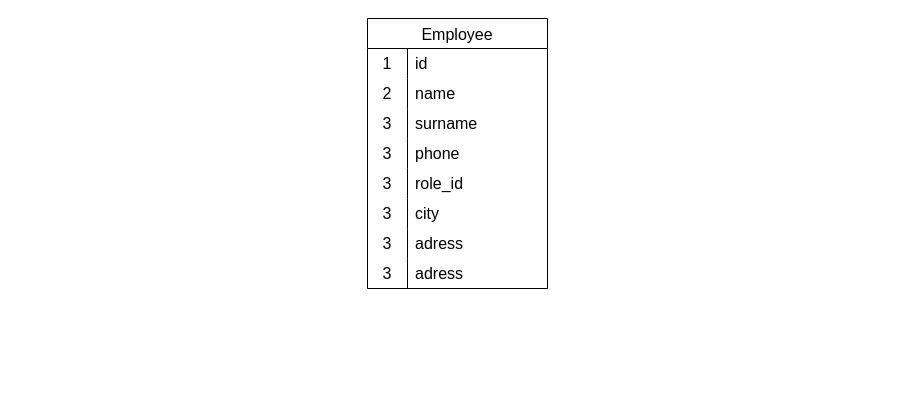
This is backend/db.drawio from Topando/HackMTS, a draw.io file, before an edit. Source tidied: cells renumbered, new cells numbered last; positions are measured from the earlier drawing's top-left corner, leaving out a move shared by most shapes. Both pictures are drawn from the tidied source at 100%, with x=0, y=0 at pixel (367, 18).
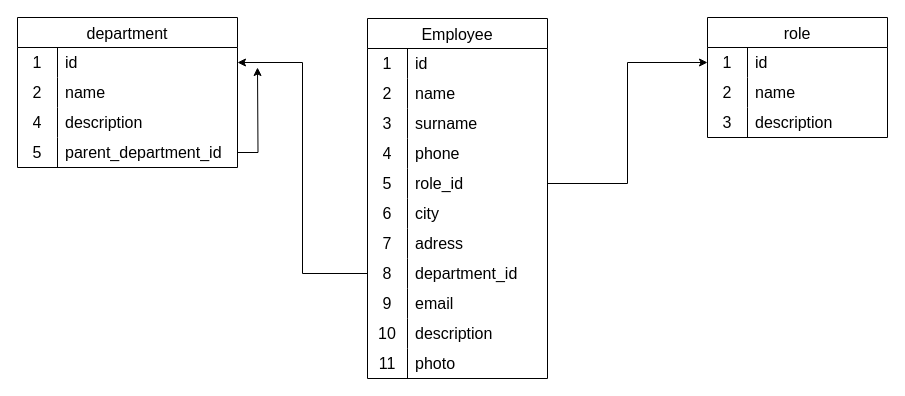
After the change.

The change refers to these unchanged cells:
```xml
<mxCell id="12" style="shape=tableRow;horizontal=0;startSize=0;swimlaneHead=0;swimlaneBody=0;top=0;left=0;bottom=0;right=0;fillColor=none;strokeColor=inherit;fontSize=16;" parent="2" vertex="1">
  <mxGeometry y="120" width="180" height="30" as="geometry" />
</mxCell>
<mxCell id="15" style="shape=tableRow;horizontal=0;startSize=0;swimlaneHead=0;swimlaneBody=0;top=0;left=0;bottom=0;right=0;fillColor=none;points=[[0,0.5],[1,0.5]];portConstraint=eastwest;strokeColor=inherit;fontSize=16;" parent="2" vertex="1">
  <mxGeometry y="150" width="180" height="30" as="geometry" />
</mxCell>
<mxCell id="18" style="shape=tableRow;horizontal=0;startSize=0;swimlaneHead=0;swimlaneBody=0;top=0;left=0;bottom=0;right=0;fillColor=none;strokeColor=inherit;fontSize=16;" parent="2" vertex="1">
  <mxGeometry y="180" width="180" height="30" as="geometry" />
</mxCell>
<mxCell id="21" style="shape=tableRow;horizontal=0;startSize=0;swimlaneHead=0;swimlaneBody=0;top=0;left=0;bottom=0;right=0;fillColor=none;strokeColor=inherit;fontSize=16;" parent="2" vertex="1">
  <mxGeometry y="210" width="180" height="30" as="geometry" />
</mxCell>
<mxCell id="24" style="shape=tableRow;horizontal=0;startSize=0;swimlaneHead=0;swimlaneBody=0;top=0;left=0;bottom=0;right=0;fillColor=none;points=[[0,0.5],[1,0.5]];portConstraint=eastwest;strokeColor=inherit;fontSize=16;" parent="2" vertex="1">
  <mxGeometry y="240" width="180" height="30" as="geometry" />
</mxCell>
```

Diff of the diagram source:
```diff
@@
     <mxCell id="2" value="Employee" style="shape=table;startSize=30;childLayout=tableLayout;rowLines=0;fontStyle=0;strokeColor=default;fontSize=16;" parent="1" vertex="1">
-      <mxGeometry width="180" height="270" as="geometry" />
+      <mxGeometry width="180" height="360" as="geometry" />
     </mxCell>
@@
-    <mxCell id="13" value="3" style="shape=partialRectangle;html=1;whiteSpace=wrap;fillColor=none;top=0;left=0;bottom=0;right=0;overflow=hidden;strokeColor=inherit;fontSize=16;" parent="12" vertex="1">
+    <mxCell id="13" value="4" style="shape=partialRectangle;html=1;whiteSpace=wrap;fillColor=none;top=0;left=0;bottom=0;right=0;overflow=hidden;strokeColor=inherit;fontSize=16;" parent="12" vertex="1">
       <mxGeometry width="40" height="30" as="geometry" />
     </mxCell>
@@
-    <mxCell id="16" value="3" style="shape=partialRectangle;html=1;whiteSpace=wrap;fillColor=none;top=0;left=0;bottom=0;right=0;overflow=hidden;strokeColor=inherit;fontSize=16;" parent="15" vertex="1">
+    <mxCell id="16" value="5" style="shape=partialRectangle;html=1;whiteSpace=wrap;fillColor=none;top=0;left=0;bottom=0;right=0;overflow=hidden;strokeColor=inherit;fontSize=16;" parent="15" vertex="1">
       <mxGeometry width="40" height="30" as="geometry" />
     </mxCell>
@@
-    <mxCell id="19" value="3" style="shape=partialRectangle;html=1;whiteSpace=wrap;fillColor=none;top=0;left=0;bottom=0;right=0;overflow=hidden;strokeColor=inherit;fontSize=16;" parent="18" vertex="1">
+    <mxCell id="19" value="6" style="shape=partialRectangle;html=1;whiteSpace=wrap;fillColor=none;top=0;left=0;bottom=0;right=0;overflow=hidden;strokeColor=inherit;fontSize=16;" parent="18" vertex="1">
       <mxGeometry width="40" height="30" as="geometry" />
     </mxCell>
@@
-    <mxCell id="22" value="3" style="shape=partialRectangle;html=1;whiteSpace=wrap;fillColor=none;top=0;left=0;bottom=0;right=0;overflow=hidden;strokeColor=inherit;fontSize=16;" parent="21" vertex="1">
+    <mxCell id="22" value="7" style="shape=partialRectangle;html=1;whiteSpace=wrap;fillColor=none;top=0;left=0;bottom=0;right=0;overflow=hidden;strokeColor=inherit;fontSize=16;" parent="21" vertex="1">
       <mxGeometry width="40" height="30" as="geometry" />
     </mxCell>
@@
-    <mxCell id="25" value="3" style="shape=partialRectangle;html=1;whiteSpace=wrap;fillColor=none;top=0;left=0;bottom=0;right=0;overflow=hidden;strokeColor=inherit;fontSize=16;" parent="24" vertex="1">
+    <mxCell id="25" value="8" style="shape=partialRectangle;html=1;whiteSpace=wrap;fillColor=none;top=0;left=0;bottom=0;right=0;overflow=hidden;strokeColor=inherit;fontSize=16;" parent="24" vertex="1">
       <mxGeometry width="40" height="30" as="geometry" />
     </mxCell>
-    <mxCell id="26" value="adress" style="shape=partialRectangle;html=1;whiteSpace=wrap;fillColor=none;top=0;left=0;bottom=0;right=0;align=left;spacingLeft=6;overflow=hidden;strokeColor=inherit;fontSize=16;" parent="24" vertex="1">
+    <mxCell id="26" value="department_id" style="shape=partialRectangle;html=1;whiteSpace=wrap;fillColor=none;top=0;left=0;bottom=0;right=0;align=left;spacingLeft=6;overflow=hidden;strokeColor=inherit;fontSize=16;" parent="24" vertex="1">
       <mxGeometry x="40" width="140" height="30" as="geometry" />
     </mxCell>
+    <mxCell id="27" style="shape=tableRow;horizontal=0;startSize=0;swimlaneHead=0;swimlaneBody=0;top=0;left=0;bottom=0;right=0;fillColor=none;strokeColor=inherit;fontSize=16;" parent="2" vertex="1">
+      <mxGeometry y="270" width="180" height="30" as="geometry" />
+    </mxCell>
+    <mxCell id="28" value="9" style="shape=partialRectangle;html=1;whiteSpace=wrap;fillColor=none;top=0;left=0;bottom=0;right=0;overflow=hidden;strokeColor=inherit;fontSize=16;" parent="27" vertex="1">
+      <mxGeometry width="40" height="30" as="geometry" />
+    </mxCell>
+    <mxCell id="29" value="email" style="shape=partialRectangle;html=1;whiteSpace=wrap;fillColor=none;top=0;left=0;bottom=0;right=0;align=left;spacingLeft=6;overflow=hidden;strokeColor=inherit;fontSize=16;" parent="27" vertex="1">
+      <mxGeometry x="40" width="140" height="30" as="geometry" />
+    </mxCell>
+    <mxCell id="30" style="shape=tableRow;horizontal=0;startSize=0;swimlaneHead=0;swimlaneBody=0;top=0;left=0;bottom=0;right=0;fillColor=none;strokeColor=inherit;fontSize=16;" parent="2" vertex="1">
+      <mxGeometry y="300" width="180" height="30" as="geometry" />
+    </mxCell>
+    <mxCell id="31" value="10" style="shape=partialRectangle;html=1;whiteSpace=wrap;fillColor=none;top=0;left=0;bottom=0;right=0;overflow=hidden;strokeColor=inherit;fontSize=16;" parent="30" vertex="1">
+      <mxGeometry width="40" height="30" as="geometry" />
+    </mxCell>
+    <mxCell id="32" value="description" style="shape=partialRectangle;html=1;whiteSpace=wrap;fillColor=none;top=0;left=0;bottom=0;right=0;align=left;spacingLeft=6;overflow=hidden;strokeColor=inherit;fontSize=16;" parent="30" vertex="1">
+      <mxGeometry x="40" width="140" height="30" as="geometry" />
+    </mxCell>
+    <mxCell id="33" style="shape=tableRow;horizontal=0;startSize=0;swimlaneHead=0;swimlaneBody=0;top=0;left=0;bottom=0;right=0;fillColor=none;strokeColor=inherit;fontSize=16;" parent="2" vertex="1">
+      <mxGeometry y="330" width="180" height="30" as="geometry" />
+    </mxCell>
+    <mxCell id="34" value="11" style="shape=partialRectangle;html=1;whiteSpace=wrap;fillColor=none;top=0;left=0;bottom=0;right=0;overflow=hidden;strokeColor=inherit;fontSize=16;" parent="33" vertex="1">
+      <mxGeometry width="40" height="30" as="geometry" />
+    </mxCell>
+    <mxCell id="35" value="photo" style="shape=partialRectangle;html=1;whiteSpace=wrap;fillColor=none;top=0;left=0;bottom=0;right=0;align=left;spacingLeft=6;overflow=hidden;strokeColor=inherit;fontSize=16;" parent="33" vertex="1">
+      <mxGeometry x="40" width="140" height="30" as="geometry" />
+    </mxCell>
+    <mxCell id="36" value="department" style="shape=table;startSize=30;childLayout=tableLayout;rowLines=0;fontStyle=0;strokeColor=default;fontSize=16;" parent="1" vertex="1">
+      <mxGeometry x="-350" y="-1" width="220" height="150" as="geometry" />
+    </mxCell>
+    <mxCell id="37" style="shape=tableRow;horizontal=0;startSize=0;swimlaneHead=0;swimlaneBody=0;top=0;left=0;bottom=0;right=0;fillColor=none;points=[[0,0.5],[1,0.5]];portConstraint=eastwest;strokeColor=inherit;fontSize=16;" parent="36" vertex="1">
+      <mxGeometry y="30" width="220" height="30" as="geometry" />
+    </mxCell>
+    <mxCell id="38" value="1" style="shape=partialRectangle;html=1;whiteSpace=wrap;fillColor=none;top=0;left=0;bottom=0;right=0;overflow=hidden;strokeColor=inherit;fontSize=16;" parent="37" vertex="1">
+      <mxGeometry width="40" height="30" as="geometry" />
+    </mxCell>
+    <mxCell id="39" value="id" style="shape=partialRectangle;html=1;whiteSpace=wrap;fillColor=none;top=0;left=0;bottom=0;right=0;align=left;spacingLeft=6;overflow=hidden;strokeColor=inherit;fontSize=16;" parent="37" vertex="1">
+      <mxGeometry x="40" width="180" height="30" as="geometry" />
+    </mxCell>
+    <mxCell id="40" style="shape=tableRow;horizontal=0;startSize=0;swimlaneHead=0;swimlaneBody=0;top=0;left=0;bottom=0;right=0;fillColor=none;strokeColor=inherit;fontSize=16;" parent="36" vertex="1">
+      <mxGeometry y="60" width="220" height="30" as="geometry" />
+    </mxCell>
+    <mxCell id="41" value="2" style="shape=partialRectangle;html=1;whiteSpace=wrap;fillColor=none;top=0;left=0;bottom=0;right=0;overflow=hidden;strokeColor=inherit;fontSize=16;" parent="40" vertex="1">
+      <mxGeometry width="40" height="30" as="geometry" />
+    </mxCell>
+    <mxCell id="42" value="name" style="shape=partialRectangle;html=1;whiteSpace=wrap;fillColor=none;top=0;left=0;bottom=0;right=0;align=left;spacingLeft=6;overflow=hidden;strokeColor=inherit;fontSize=16;" parent="40" vertex="1">
+      <mxGeometry x="40" width="180" height="30" as="geometry" />
+    </mxCell>
+    <mxCell id="43" style="shape=tableRow;horizontal=0;startSize=0;swimlaneHead=0;swimlaneBody=0;top=0;left=0;bottom=0;right=0;fillColor=none;strokeColor=inherit;fontSize=16;" parent="36" vertex="1">
+      <mxGeometry y="90" width="220" height="30" as="geometry" />
+    </mxCell>
+    <mxCell id="44" value="4" style="shape=partialRectangle;html=1;whiteSpace=wrap;fillColor=none;top=0;left=0;bottom=0;right=0;overflow=hidden;strokeColor=inherit;fontSize=16;" parent="43" vertex="1">
+      <mxGeometry width="40" height="30" as="geometry" />
+    </mxCell>
+    <mxCell id="45" value="description" style="shape=partialRectangle;html=1;whiteSpace=wrap;fillColor=none;top=0;left=0;bottom=0;right=0;align=left;spacingLeft=6;overflow=hidden;strokeColor=inherit;fontSize=16;" parent="43" vertex="1">
+      <mxGeometry x="40" width="180" height="30" as="geometry" />
+    </mxCell>
+    <mxCell id="46" style="shape=tableRow;horizontal=0;startSize=0;swimlaneHead=0;swimlaneBody=0;top=0;left=0;bottom=0;right=0;fillColor=none;points=[[0,0.5],[1,0.5]];portConstraint=eastwest;strokeColor=inherit;fontSize=16;" parent="36" vertex="1">
+      <mxGeometry y="120" width="220" height="30" as="geometry" />
+    </mxCell>
+    <mxCell id="47" value="5" style="shape=partialRectangle;html=1;whiteSpace=wrap;fillColor=none;top=0;left=0;bottom=0;right=0;overflow=hidden;strokeColor=inherit;fontSize=16;" parent="46" vertex="1">
+      <mxGeometry width="40" height="30" as="geometry" />
+    </mxCell>
+    <mxCell id="48" value="parent_department_id" style="shape=partialRectangle;html=1;whiteSpace=wrap;fillColor=none;top=0;left=0;bottom=0;right=0;align=left;spacingLeft=6;overflow=hidden;strokeColor=inherit;fontSize=16;" parent="46" vertex="1">
+      <mxGeometry x="40" width="180" height="30" as="geometry" />
+    </mxCell>
+    <mxCell id="49" value="role" style="shape=table;startSize=30;childLayout=tableLayout;rowLines=0;fontStyle=0;strokeColor=default;fontSize=16;" parent="1" vertex="1">
+      <mxGeometry x="340" y="-1" width="180" height="120" as="geometry" />
+    </mxCell>
+    <mxCell id="50" style="shape=tableRow;horizontal=0;startSize=0;swimlaneHead=0;swimlaneBody=0;top=0;left=0;bottom=0;right=0;fillColor=none;points=[[0,0.5],[1,0.5]];portConstraint=eastwest;strokeColor=inherit;fontSize=16;" parent="49" vertex="1">
+      <mxGeometry y="30" width="180" height="30" as="geometry" />
+    </mxCell>
+    <mxCell id="51" value="1" style="shape=partialRectangle;html=1;whiteSpace=wrap;fillColor=none;top=0;left=0;bottom=0;right=0;overflow=hidden;strokeColor=inherit;fontSize=16;" parent="50" vertex="1">
+      <mxGeometry width="40" height="30" as="geometry" />
+    </mxCell>
+    <mxCell id="52" value="id" style="shape=partialRectangle;html=1;whiteSpace=wrap;fillColor=none;top=0;left=0;bottom=0;right=0;align=left;spacingLeft=6;overflow=hidden;strokeColor=inherit;fontSize=16;" parent="50" vertex="1">
+      <mxGeometry x="40" width="140" height="30" as="geometry" />
+    </mxCell>
+    <mxCell id="53" style="shape=tableRow;horizontal=0;startSize=0;swimlaneHead=0;swimlaneBody=0;top=0;left=0;bottom=0;right=0;fillColor=none;strokeColor=inherit;fontSize=16;" parent="49" vertex="1">
+      <mxGeometry y="60" width="180" height="30" as="geometry" />
+    </mxCell>
+    <mxCell id="54" value="2" style="shape=partialRectangle;html=1;whiteSpace=wrap;fillColor=none;top=0;left=0;bottom=0;right=0;overflow=hidden;strokeColor=inherit;fontSize=16;" parent="53" vertex="1">
+      <mxGeometry width="40" height="30" as="geometry" />
+    </mxCell>
+    <mxCell id="55" value="name" style="shape=partialRectangle;html=1;whiteSpace=wrap;fillColor=none;top=0;left=0;bottom=0;right=0;align=left;spacingLeft=6;overflow=hidden;strokeColor=inherit;fontSize=16;" parent="53" vertex="1">
+      <mxGeometry x="40" width="140" height="30" as="geometry" />
+    </mxCell>
+    <mxCell id="56" style="shape=tableRow;horizontal=0;startSize=0;swimlaneHead=0;swimlaneBody=0;top=0;left=0;bottom=0;right=0;fillColor=none;strokeColor=inherit;fontSize=16;" parent="49" vertex="1">
+      <mxGeometry y="90" width="180" height="30" as="geometry" />
+    </mxCell>
+    <mxCell id="57" value="3" style="shape=partialRectangle;html=1;whiteSpace=wrap;fillColor=none;top=0;left=0;bottom=0;right=0;overflow=hidden;strokeColor=inherit;fontSize=16;" parent="56" vertex="1">
+      <mxGeometry width="40" height="30" as="geometry" />
+    </mxCell>
+    <mxCell id="58" value="description" style="shape=partialRectangle;html=1;whiteSpace=wrap;fillColor=none;top=0;left=0;bottom=0;right=0;align=left;spacingLeft=6;overflow=hidden;strokeColor=inherit;fontSize=16;" parent="56" vertex="1">
+      <mxGeometry x="40" width="140" height="30" as="geometry" />
+    </mxCell>
+    <mxCell id="59" style="edgeStyle=orthogonalEdgeStyle;rounded=0;jettySize=auto;html=1;exitX=0;exitY=0.5;exitDx=0;exitDy=0;entryX=1;entryY=0.5;entryDx=0;entryDy=0;" parent="1" edge="1" source="24" target="37">
+      <mxGeometry relative="1" as="geometry" />
+    </mxCell>
+    <mxCell id="60" style="edgeStyle=orthogonalEdgeStyle;rounded=0;jettySize=auto;html=1;" parent="1" edge="1" source="15" target="50">
+      <mxGeometry relative="1" as="geometry" />
+    </mxCell>
+    <mxCell id="61" style="edgeStyle=orthogonalEdgeStyle;rounded=0;jettySize=auto;html=1;" parent="1" edge="1" source="46">
+      <mxGeometry relative="1" as="geometry">
+        <mxPoint x="-110" y="49" as="targetPoint" />
+      </mxGeometry>
+    </mxCell>
```
